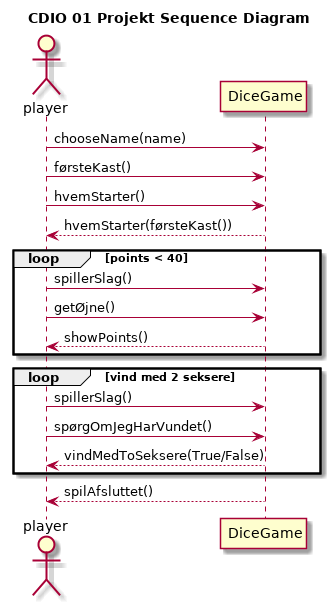
Before: UML/sequence.png, a diagram exported from PlantUML (madsstorgaardnielsen/CDIO1_20_del1).
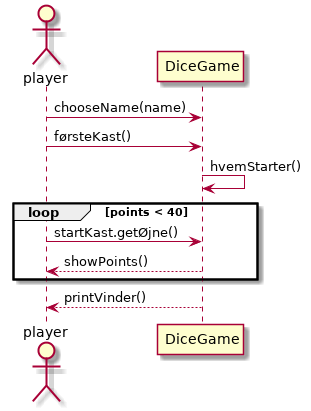
Later version of the same file.

The edit, as a diff of the source:
```diff
@@ -1,20 +1,12 @@
 @startuml
-title CDIO 01 Projekt Sequence Diagram
 actor player as p
 
 p -> DiceGame : chooseName(name)
 p -> DiceGame : førsteKast()
-p -> DiceGame : hvemStarter()
-p <-- DiceGame : hvemStarter(førsteKast())
+DiceGame -> DiceGame : hvemStarter()
 loop points < 40
-	p -> DiceGame : spillerSlag()
-	p -> DiceGame : getØjne()
+	p -> DiceGame : startKast.getØjne()
 	p <-- DiceGame : showPoints()
 end
-loop vind med 2 seksere
-	p -> DiceGame : spillerSlag()
-	p -> DiceGame : spørgOmJegHarVundet()
-	p <-- DiceGame : vindMedToSeksere(True/False)
-end
-p <-- DiceGame : spilAfsluttet()
+	p <-- DiceGame : printVinder()
 @enduml
```
